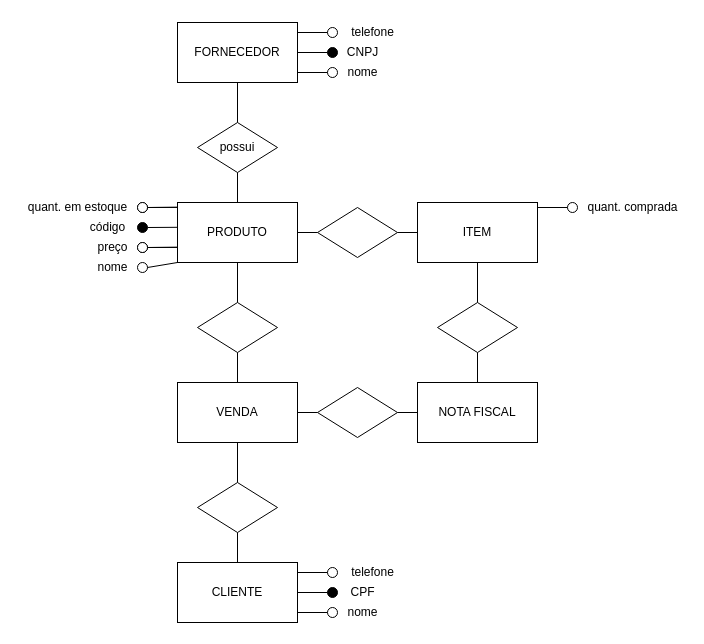
This is COMERCIO.drawio from pedrOfsilveira/BD-2023, a draw.io file, before an edit. Source tidied: cells renumbered, new cells numbered last; positions are measured from the earlier drawing's top-left corner, leaving out a move shared by most shapes. Both pictures are drawn from the tidied source at 100%, with x=0, y=0 at pixel (17, 17).
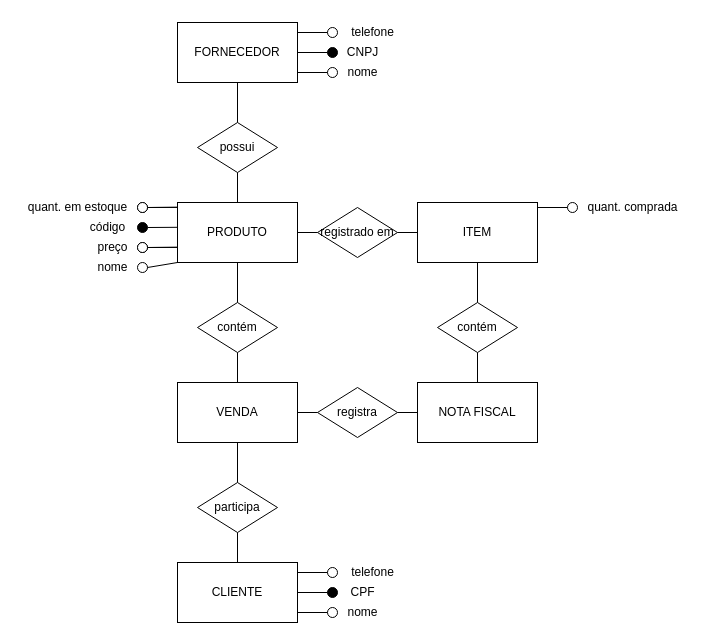
After the change.

Change to the diagram source:
```diff
@@
-    <mxCell id="9" style="rhombus;whiteSpace=wrap;html=1;" parent="1" vertex="1">
+    <mxCell id="9" value="contém" style="rhombus;whiteSpace=wrap;html=1;" parent="1" vertex="1">
       <mxGeometry x="180" y="285" width="80" height="50" as="geometry" />
     </mxCell>
-    <mxCell id="10" style="rhombus;whiteSpace=wrap;html=1;" parent="1" vertex="1">
+    <mxCell id="10" value="contém" style="rhombus;whiteSpace=wrap;html=1;" parent="1" vertex="1">
       <mxGeometry x="420" y="285" width="80" height="50" as="geometry" />
     </mxCell>
-    <mxCell id="11" style="rhombus;whiteSpace=wrap;html=1;" parent="1" vertex="1">
+    <mxCell id="11" value="registra" style="rhombus;whiteSpace=wrap;html=1;" parent="1" vertex="1">
       <mxGeometry x="300" y="370" width="80" height="50" as="geometry" />
     </mxCell>
-    <mxCell id="12" style="rhombus;whiteSpace=wrap;html=1;" parent="1" vertex="1">
+    <mxCell id="12" value="registrado em" style="rhombus;whiteSpace=wrap;html=1;" parent="1" vertex="1">
       <mxGeometry x="300" y="190" width="80" height="50" as="geometry" />
     </mxCell>
-    <mxCell id="13" style="rhombus;whiteSpace=wrap;html=1;" parent="1" vertex="1">
+    <mxCell id="13" value="participa" style="rhombus;whiteSpace=wrap;html=1;" parent="1" vertex="1">
       <mxGeometry x="180" y="465" width="80" height="50" as="geometry" />
     </mxCell>
```
